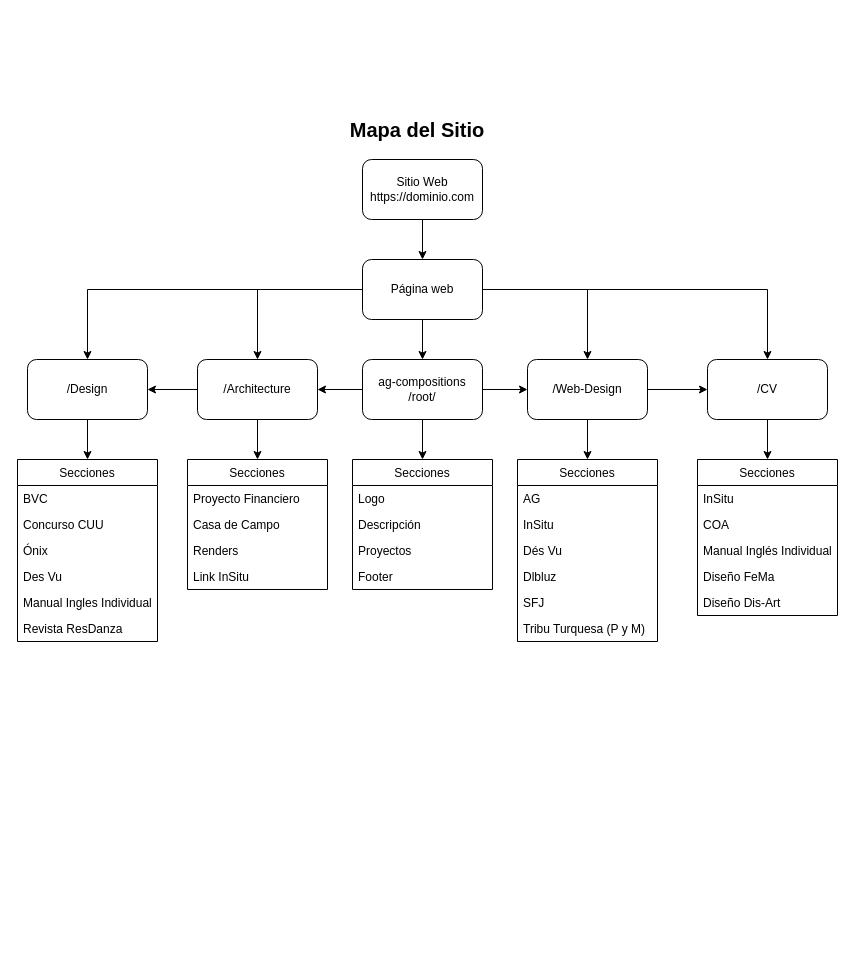
This is ag-compositions.drawio from AugustGray/ag-compositions, a draw.io file, before an edit. Source tidied: cells renumbered, new cells numbered last; positions are measured from the earlier drawing's top-left corner, leaving out a move shared by most shapes. Both pictures are drawn from the tidied source at 100%, with x=0, y=0 at pixel (17, 119).
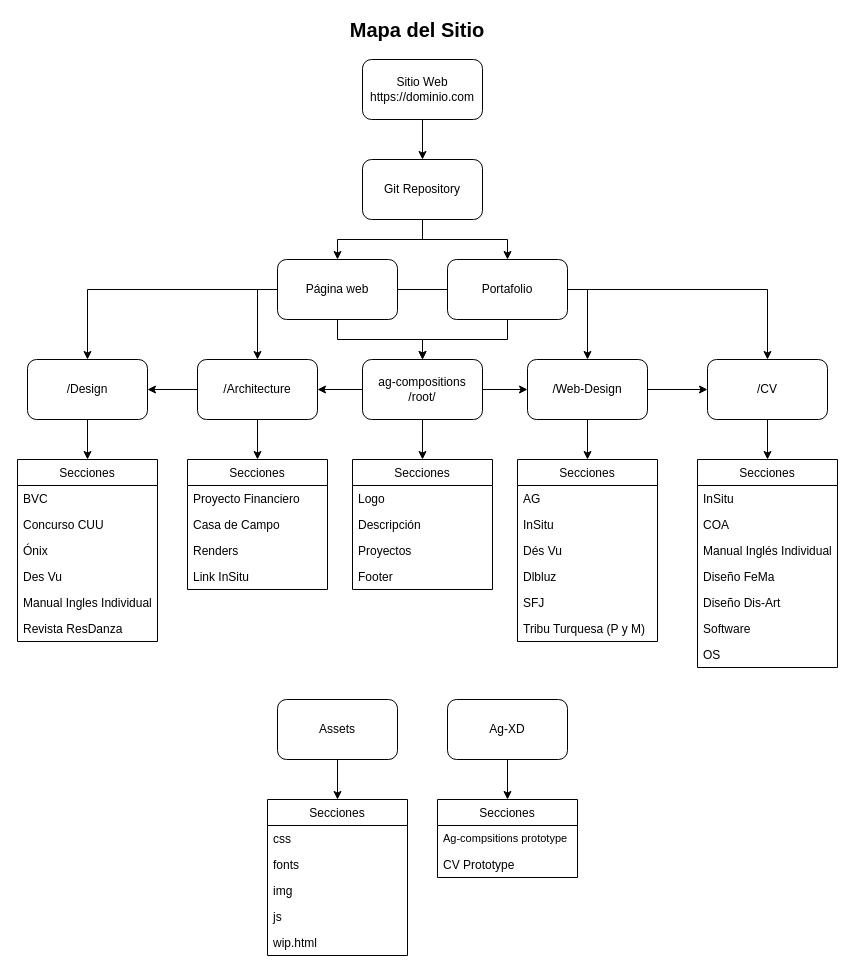
After the change.

The change refers to these unchanged cells:
```xml
<mxCell id="21" value="/Architecture" style="rounded=1;whiteSpace=wrap;html=1;" parent="1" vertex="1">
  <mxGeometry x="180" y="240" width="120" height="60" as="geometry" />
</mxCell>
<mxCell id="24" value="/Web-Design" style="rounded=1;whiteSpace=wrap;html=1;" parent="1" vertex="1">
  <mxGeometry x="510" y="240" width="120" height="60" as="geometry" />
</mxCell>
<mxCell id="39" value="/Design" style="rounded=1;whiteSpace=wrap;html=1;" parent="1" vertex="1">
  <mxGeometry x="10" y="240" width="120" height="60" as="geometry" />
</mxCell>
<mxCell id="48" value="/CV" style="rounded=1;whiteSpace=wrap;html=1;" parent="1" vertex="1">
  <mxGeometry x="690" y="240" width="120" height="60" as="geometry" />
</mxCell>
```

Change to the diagram source:
```diff
@@
-    <mxCell id="2" style="edgeStyle=orthogonalEdgeStyle;rounded=0;jettySize=auto;html=1;" parent="1" edge="1" source="3" target="9">
-      <mxGeometry relative="1" as="geometry" />
-    </mxCell>
+    <mxCell id="55" style="edgeStyle=orthogonalEdgeStyle;rounded=0;jettySize=auto;html=1;entryX=0.5;entryY=0;entryDx=0;entryDy=0;" parent="1" edge="1" source="3" target="61">
+      <mxGeometry relative="1" as="geometry" />
+    </mxCell>
     <mxCell id="3" value="Sitio Web&lt;br&gt;https://dominio.com" style="rounded=1;whiteSpace=wrap;html=1;" parent="1" vertex="1">
-      <mxGeometry x="345" y="40" width="120" height="60" as="geometry" />
+      <mxGeometry x="345" y="-60" width="120" height="60" as="geometry" />
     </mxCell>
+    <mxCell id="5" style="edgeStyle=orthogonalEdgeStyle;rounded=0;jettySize=auto;html=1;exitX=0;exitY=0.5;exitDx=0;exitDy=0;entryX=0.5;entryY=0;entryDx=0;entryDy=0;" parent="1" edge="1" source="9" target="21">
+      <mxGeometry relative="1" as="geometry" />
+    </mxCell>
+    <mxCell id="8" style="edgeStyle=orthogonalEdgeStyle;rounded=0;jettySize=auto;html=1;entryX=0.5;entryY=0;entryDx=0;entryDy=0;" parent="1" edge="1" source="9" target="39">
+      <mxGeometry relative="1" as="geometry" />
+    </mxCell>
@@
-    <mxCell id="5" style="edgeStyle=orthogonalEdgeStyle;rounded=0;jettySize=auto;html=1;exitX=0;exitY=0.5;exitDx=0;exitDy=0;entryX=0.5;entryY=0;entryDx=0;entryDy=0;" parent="1" edge="1" source="9" target="21">
-      <mxGeometry relative="1" as="geometry" />
-    </mxCell>
-    <mxCell id="6" style="edgeStyle=orthogonalEdgeStyle;rounded=0;jettySize=auto;html=1;exitX=1;exitY=0.5;exitDx=0;exitDy=0;entryX=0.5;entryY=0;entryDx=0;entryDy=0;" parent="1" edge="1" source="9" target="24">
-      <mxGeometry relative="1" as="geometry" />
-    </mxCell>
-    <mxCell id="7" style="edgeStyle=orthogonalEdgeStyle;rounded=0;jettySize=auto;html=1;entryX=0.5;entryY=0;entryDx=0;entryDy=0;" parent="1" edge="1" source="9" target="48">
-      <mxGeometry relative="1" as="geometry" />
-    </mxCell>
-    <mxCell id="8" style="edgeStyle=orthogonalEdgeStyle;rounded=0;jettySize=auto;html=1;entryX=0.5;entryY=0;entryDx=0;entryDy=0;" parent="1" edge="1" source="9" target="39">
-      <mxGeometry relative="1" as="geometry" />
-    </mxCell>
+    <mxCell id="56" style="edgeStyle=orthogonalEdgeStyle;rounded=0;jettySize=auto;html=1;entryX=0;entryY=0.5;entryDx=0;entryDy=0;endArrow=none;endFill=0;" parent="1" edge="1" source="9" target="65">
+      <mxGeometry relative="1" as="geometry" />
+    </mxCell>
     <mxCell id="9" value="Página web" style="rounded=1;whiteSpace=wrap;html=1;" parent="1" vertex="1">
-      <mxGeometry x="345" y="140" width="120" height="60" as="geometry" />
+      <mxGeometry x="260" y="140" width="120" height="60" as="geometry" />
     </mxCell>
@@
     <mxCell id="37" value="&lt;b&gt;&lt;font style=&quot;font-size: 20px&quot;&gt;Mapa del Sitio&lt;/font&gt;&lt;/b&gt;" style="text;html=1;strokeColor=none;fillColor=none;align=center;verticalAlign=middle;whiteSpace=wrap;rounded=0;" parent="1" vertex="1">
-      <mxGeometry x="320" width="160" height="20" as="geometry" />
+      <mxGeometry x="320" y="-100" width="160" height="20" as="geometry" />
     </mxCell>
@@
     <mxCell id="49" value="Secciones" style="swimlane;fontStyle=0;horizontal=1;startSize=26;" parent="1" vertex="1">
-      <mxGeometry x="680" y="340" width="140" height="156" as="geometry" />
+      <mxGeometry x="680" y="340" width="140" height="208" as="geometry" />
     </mxCell>
@@
+    <mxCell id="57" value="Software" style="text;strokeColor=none;fillColor=none;align=left;verticalAlign=top;spacingLeft=4;spacingRight=4;overflow=hidden;" parent="49" vertex="1">
+      <mxGeometry y="156" width="140" height="26" as="geometry" />
+    </mxCell>
+    <mxCell id="58" value="OS" style="text;strokeColor=none;fillColor=none;align=left;verticalAlign=top;spacingLeft=4;spacingRight=4;overflow=hidden;" parent="49" vertex="1">
+      <mxGeometry y="182" width="140" height="26" as="geometry" />
+    </mxCell>
+    <mxCell id="59" style="edgeStyle=orthogonalEdgeStyle;rounded=0;jettySize=auto;html=1;entryX=0.5;entryY=0;entryDx=0;entryDy=0;" parent="1" edge="1" source="61" target="9">
+      <mxGeometry relative="1" as="geometry" />
+    </mxCell>
+    <mxCell id="60" style="edgeStyle=orthogonalEdgeStyle;rounded=0;jettySize=auto;html=1;entryX=0.5;entryY=0;entryDx=0;entryDy=0;" parent="1" edge="1" source="61" target="65">
+      <mxGeometry relative="1" as="geometry" />
+    </mxCell>
+    <mxCell id="61" value="Git Repository" style="rounded=1;whiteSpace=wrap;html=1;" parent="1" vertex="1">
+      <mxGeometry x="345" y="40" width="120" height="60" as="geometry" />
+    </mxCell>
+    <mxCell id="62" style="edgeStyle=orthogonalEdgeStyle;rounded=0;jettySize=auto;html=1;" parent="1" edge="1" source="65">
+      <mxGeometry relative="1" as="geometry">
+        <mxPoint x="405" y="240" as="targetPoint" />
+        <Array as="points">
+          <mxPoint x="490" y="220" />
+          <mxPoint x="405" y="220" />
+          <mxPoint x="405" y="240" />
+        </Array>
+      </mxGeometry>
+    </mxCell>
+    <mxCell id="63" style="edgeStyle=orthogonalEdgeStyle;rounded=0;jettySize=auto;html=1;entryX=0.5;entryY=0;entryDx=0;entryDy=0;" parent="1" edge="1" source="65" target="24">
+      <mxGeometry relative="1" as="geometry">
+        <Array as="points">
+          <mxPoint x="570" y="170" />
+        </Array>
+      </mxGeometry>
+    </mxCell>
+    <mxCell id="64" style="edgeStyle=orthogonalEdgeStyle;rounded=0;jettySize=auto;html=1;entryX=0.5;entryY=0;entryDx=0;entryDy=0;" parent="1" edge="1" source="65" target="48">
+      <mxGeometry relative="1" as="geometry" />
+    </mxCell>
+    <mxCell id="65" value="Portafolio" style="rounded=1;whiteSpace=wrap;html=1;" parent="1" vertex="1">
+      <mxGeometry x="430" y="140" width="120" height="60" as="geometry" />
+    </mxCell>
+    <mxCell id="66" style="edgeStyle=orthogonalEdgeStyle;rounded=0;jettySize=auto;html=1;entryX=0.5;entryY=0;entryDx=0;entryDy=0;endArrow=classic;endFill=1;" parent="1" edge="1" source="67" target="70">
+      <mxGeometry relative="1" as="geometry" />
+    </mxCell>
+    <mxCell id="67" value="Ag-XD" style="rounded=1;whiteSpace=wrap;html=1;" parent="1" vertex="1">
+      <mxGeometry x="430" y="580" width="120" height="60" as="geometry" />
+    </mxCell>
+    <mxCell id="68" style="edgeStyle=orthogonalEdgeStyle;rounded=0;jettySize=auto;html=1;entryX=0.5;entryY=0;entryDx=0;entryDy=0;endArrow=classic;endFill=1;" parent="1" edge="1" source="69" target="73">
+      <mxGeometry relative="1" as="geometry" />
+    </mxCell>
+    <mxCell id="69" value="Assets" style="rounded=1;whiteSpace=wrap;html=1;" parent="1" vertex="1">
+      <mxGeometry x="260" y="580" width="120" height="60" as="geometry" />
+    </mxCell>
+    <mxCell id="70" value="Secciones" style="swimlane;fontStyle=0;horizontal=1;startSize=26;" parent="1" vertex="1">
+      <mxGeometry x="420" y="680" width="140" height="78" as="geometry" />
+    </mxCell>
+    <mxCell id="71" value="Ag-compsitions prototype" style="text;strokeColor=none;fillColor=none;align=left;verticalAlign=top;spacingLeft=4;spacingRight=4;overflow=hidden;fontSize=11;" parent="70" vertex="1">
+      <mxGeometry y="26" width="140" height="26" as="geometry" />
+    </mxCell>
+    <mxCell id="72" value="CV Prototype" style="text;strokeColor=none;fillColor=none;align=left;verticalAlign=top;spacingLeft=4;spacingRight=4;overflow=hidden;" parent="70" vertex="1">
+      <mxGeometry y="52" width="140" height="26" as="geometry" />
+    </mxCell>
+    <mxCell id="73" value="Secciones" style="swimlane;fontStyle=0;horizontal=1;startSize=26;" parent="1" vertex="1">
+      <mxGeometry x="250" y="680" width="140" height="156" as="geometry" />
+    </mxCell>
+    <mxCell id="74" value="css" style="text;strokeColor=none;fillColor=none;align=left;verticalAlign=top;spacingLeft=4;spacingRight=4;overflow=hidden;" parent="73" vertex="1">
+      <mxGeometry y="26" width="140" height="26" as="geometry" />
+    </mxCell>
+    <mxCell id="75" value="fonts" style="text;strokeColor=none;fillColor=none;align=left;verticalAlign=top;spacingLeft=4;spacingRight=4;overflow=hidden;" parent="73" vertex="1">
+      <mxGeometry y="52" width="140" height="26" as="geometry" />
+    </mxCell>
+    <mxCell id="76" value="img" style="text;strokeColor=none;fillColor=none;align=left;verticalAlign=top;spacingLeft=4;spacingRight=4;overflow=hidden;" parent="73" vertex="1">
+      <mxGeometry y="78" width="140" height="26" as="geometry" />
+    </mxCell>
+    <mxCell id="77" value="js" style="text;strokeColor=none;fillColor=none;align=left;verticalAlign=top;spacingLeft=4;spacingRight=4;overflow=hidden;" parent="73" vertex="1">
+      <mxGeometry y="104" width="140" height="26" as="geometry" />
+    </mxCell>
+    <mxCell id="78" value="wip.html" style="text;strokeColor=none;fillColor=none;align=left;verticalAlign=top;spacingLeft=4;spacingRight=4;overflow=hidden;" parent="73" vertex="1">
+      <mxGeometry y="130" width="140" height="26" as="geometry" />
+    </mxCell>
```
